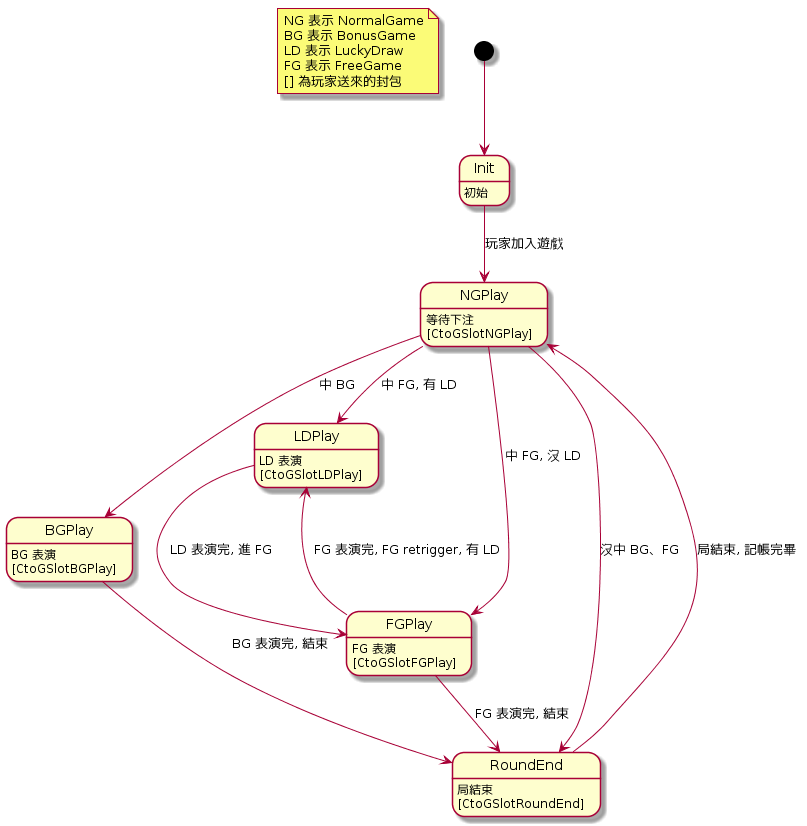
Above: slot/RoomState.png in s9256001/digame (PlantUML), before the change.
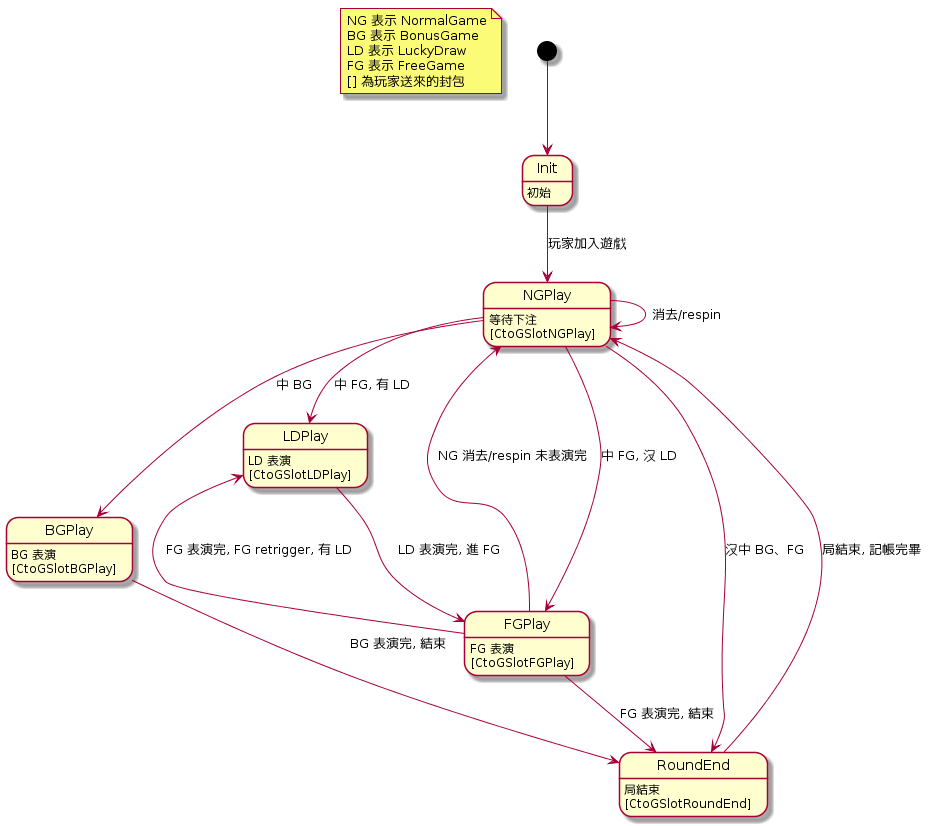
The same diagram one commit later.

Change to the diagram source:
```diff
@@ -9,11 +9,13 @@
 RoundEnd : 局結束\n[CtoGSlotRoundEnd]
 
 [*] --> Init
-Init --> NGPlay: 玩家加入遊戲
+Init --> NGPlay : 玩家加入遊戲
+NGPlay --> NGPlay : 消去/respin
 NGPlay --> RoundEnd : 沒中 BG、FG
 NGPlay --> BGPlay : 中 BG
 NGPlay --> LDPlay : 中 FG, 有 LD
 NGPlay --> FGPlay : 中 FG, 沒 LD
+FGPlay --> NGPlay : NG 消去/respin 未表演完
 
 BGPlay --> RoundEnd : BG 表演完, 結束
 
```
